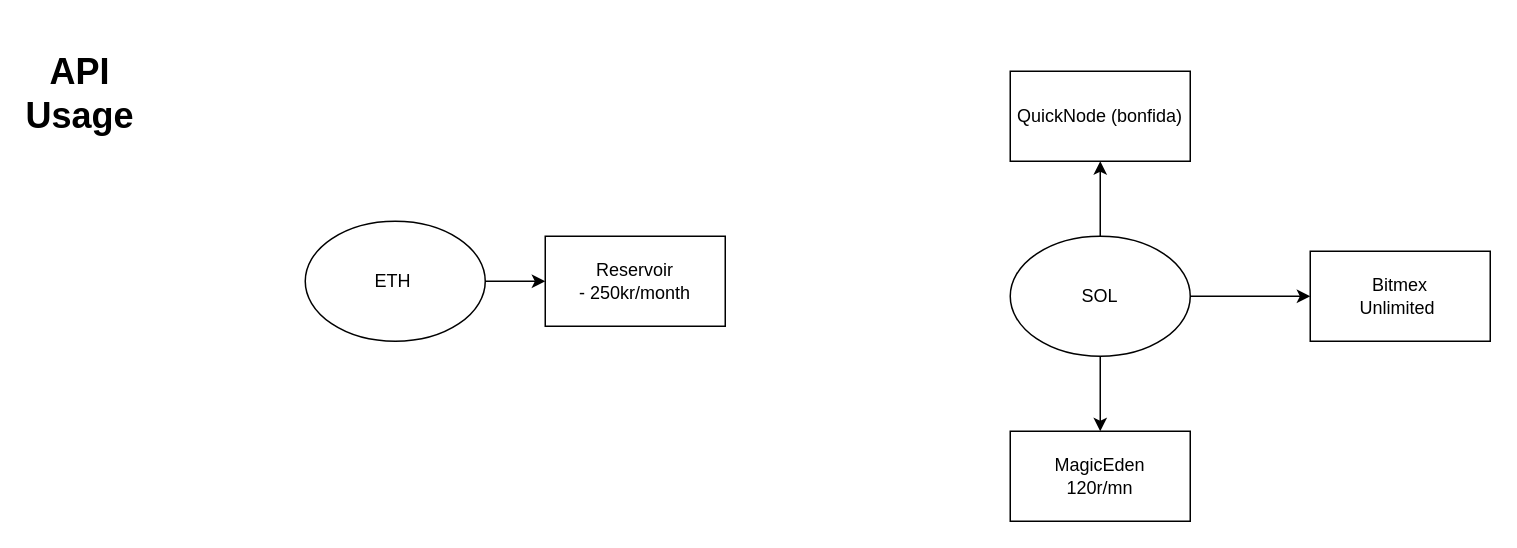
Before: page "API mapping" (2 of 2) of EthSolDomains.drawio in thismad/SolEthDomains, a draw.io diagram. Source tidied: cells renumbered, new cells numbered last; positions are measured from the earlier drawing's top-left corner, leaving out a move shared by most shapes. Both pictures are drawn from the tidied source at 150%, with x=0, y=0 at pixel (34, 70).
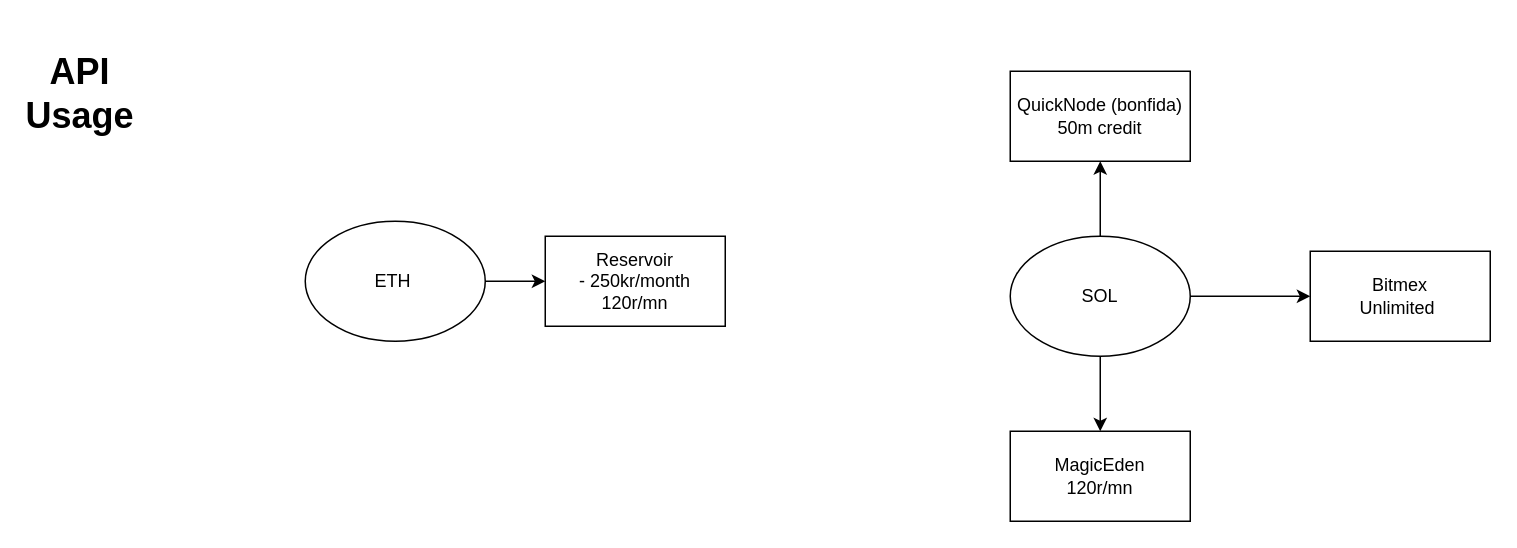
The same page after the edit.

The edit, as a diff of the source:
```diff
@@
 <mxGraphModel>
   <root>
     <mxCell id="0" />
     <mxCell id="1" parent="0" />
     <mxCell id="2" value="&lt;h1&gt;API Usage&lt;/h1&gt;" style="text;strokeColor=none;align=center;fillColor=none;html=1;verticalAlign=middle;whiteSpace=wrap;rounded=0;" parent="1" vertex="1">
       <mxGeometry width="60" height="30" as="geometry" />
     </mxCell>
     <mxCell id="3" style="edgeStyle=orthogonalEdgeStyle;rounded=0;jettySize=auto;html=1;" parent="1" edge="1" source="4" target="9">
       <mxGeometry relative="1" as="geometry" />
     </mxCell>
     <mxCell id="4" value="ETH&lt;span style=&quot;white-space: pre;&quot;&gt;&#9;&lt;/span&gt;" style="ellipse;whiteSpace=wrap;html=1;" parent="1" vertex="1">
       <mxGeometry x="180" y="100" width="120" height="80" as="geometry" />
     </mxCell>
     <mxCell id="5" style="edgeStyle=orthogonalEdgeStyle;rounded=0;jettySize=auto;html=1;" parent="1" edge="1" source="8" target="10">
       <mxGeometry relative="1" as="geometry" />
     </mxCell>
     <mxCell id="6" style="edgeStyle=orthogonalEdgeStyle;rounded=0;jettySize=auto;html=1;" parent="1" edge="1" source="8" target="11">
       <mxGeometry relative="1" as="geometry" />
     </mxCell>
     <mxCell id="7" style="edgeStyle=orthogonalEdgeStyle;rounded=0;jettySize=auto;html=1;" parent="1" edge="1" source="8" target="12">
       <mxGeometry relative="1" as="geometry" />
     </mxCell>
     <mxCell id="8" value="SOL" style="ellipse;whiteSpace=wrap;html=1;" parent="1" vertex="1">
       <mxGeometry x="650" y="110" width="120" height="80" as="geometry" />
     </mxCell>
-    <mxCell id="9" value="Reservoir&lt;br&gt;- 250kr/month" style="whiteSpace=wrap;html=1;" parent="1" vertex="1">
+    <mxCell id="9" value="Reservoir&lt;br&gt;- 250kr/month&lt;br&gt;120r/mn" style="whiteSpace=wrap;html=1;" parent="1" vertex="1">
       <mxGeometry x="340" y="110" width="120" height="60" as="geometry" />
     </mxCell>
     <mxCell id="10" value="Bitmex&lt;br&gt;Unlimited&amp;nbsp;" style="whiteSpace=wrap;html=1;" parent="1" vertex="1">
       <mxGeometry x="850" y="120" width="120" height="60" as="geometry" />
     </mxCell>
     <mxCell id="11" value="MagicEden&lt;br&gt;120r/mn" style="whiteSpace=wrap;html=1;" parent="1" vertex="1">
       <mxGeometry x="650" y="240" width="120" height="60" as="geometry" />
     </mxCell>
-    <mxCell id="12" value="QuickNode (bonfida)&lt;br&gt;" style="whiteSpace=wrap;html=1;" parent="1" vertex="1">
+    <mxCell id="12" value="QuickNode (bonfida)&lt;br&gt;50m credit" style="whiteSpace=wrap;html=1;" parent="1" vertex="1">
       <mxGeometry x="650" width="120" height="60" as="geometry" />
     </mxCell>
   </root>
 </mxGraphModel>
```
